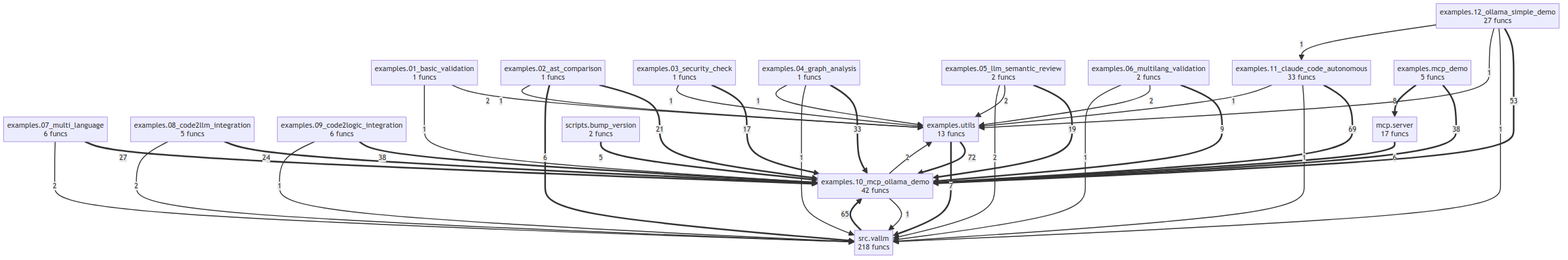
This is project/compact_flow.png from semcod/vallm, a Mermaid export, as it was before one commit. Its source is kept beside it as project/compact_flow.mmd. The source it was exported from:
```mermaid
flowchart TD
    examples__01_basic_validation["examples.01_basic_validation<br/>1 funcs"]
    examples__02_ast_comparison["examples.02_ast_comparison<br/>1 funcs"]
    examples__03_security_check["examples.03_security_check<br/>1 funcs"]
    examples__04_graph_analysis["examples.04_graph_analysis<br/>1 funcs"]
    examples__05_llm_semantic_review["examples.05_llm_semantic_review<br/>2 funcs"]
    examples__06_multilang_validation["examples.06_multilang_validation<br/>2 funcs"]
    examples__07_multi_language["examples.07_multi_language<br/>6 funcs"]
    examples__08_code2llm_integration["examples.08_code2llm_integration<br/>5 funcs"]
    examples__09_code2logic_integration["examples.09_code2logic_integration<br/>6 funcs"]
    examples__10_mcp_ollama_demo["examples.10_mcp_ollama_demo<br/>42 funcs"]
    examples__11_claude_code_autonomous["examples.11_claude_code_autonomous<br/>33 funcs"]
    examples__12_ollama_simple_demo["examples.12_ollama_simple_demo<br/>27 funcs"]
    examples__mcp_demo["examples.mcp_demo<br/>5 funcs"]
    examples__utils["examples.utils<br/>13 funcs"]
    mcp__server["mcp.server<br/>17 funcs"]
    scripts__bump_version["scripts.bump_version<br/>2 funcs"]
    src__vallm["src.vallm<br/>218 funcs"]
    examples__utils ==>|72| examples__10_mcp_ollama_demo
    examples__11_claude_code_autonomous ==>|69| examples__10_mcp_ollama_demo
    src__vallm ==>|65| examples__10_mcp_ollama_demo
    examples__12_ollama_simple_demo ==>|53| examples__10_mcp_ollama_demo
    examples__09_code2logic_integration ==>|38| examples__10_mcp_ollama_demo
    examples__mcp_demo ==>|38| examples__10_mcp_ollama_demo
    examples__04_graph_analysis ==>|33| examples__10_mcp_ollama_demo
    examples__07_multi_language ==>|27| examples__10_mcp_ollama_demo
    examples__08_code2llm_integration ==>|24| examples__10_mcp_ollama_demo
    examples__02_ast_comparison ==>|21| examples__10_mcp_ollama_demo
    examples__05_llm_semantic_review ==>|19| examples__10_mcp_ollama_demo
    examples__03_security_check ==>|17| examples__10_mcp_ollama_demo
    examples__06_multilang_validation ==>|9| examples__10_mcp_ollama_demo
    examples__mcp_demo ==>|8| mcp__server
    examples__utils ==>|7| src__vallm
    examples__02_ast_comparison ==>|6| src__vallm
    mcp__server ==>|6| examples__10_mcp_ollama_demo
    scripts__bump_version ==>|5| examples__10_mcp_ollama_demo
    examples__05_llm_semantic_review -->|2| examples__utils
    examples__05_llm_semantic_review -->|2| src__vallm
    examples__01_basic_validation -->|2| examples__utils
    examples__06_multilang_validation -->|2| examples__utils
    examples__07_multi_language -->|2| src__vallm
    examples__10_mcp_ollama_demo -->|2| examples__utils
    examples__08_code2llm_integration -->|2| src__vallm
    examples__09_code2logic_integration -->|1| src__vallm
    examples__04_graph_analysis -->|1| src__vallm
    examples__04_graph_analysis -->|1| examples__utils
    examples__11_claude_code_autonomous -->|1| src__vallm
    examples__11_claude_code_autonomous -->|1| examples__utils
    examples__12_ollama_simple_demo -->|1| src__vallm
    examples__12_ollama_simple_demo -->|1| examples__utils
    examples__12_ollama_simple_demo -->|1| examples__11_claude_code_autonomous
    examples__01_basic_validation -->|1| examples__10_mcp_ollama_demo
    examples__03_security_check -->|1| examples__utils
    examples__02_ast_comparison -->|1| examples__utils
    examples__06_multilang_validation -->|1| src__vallm
    examples__10_mcp_ollama_demo -->|1| src__vallm
```
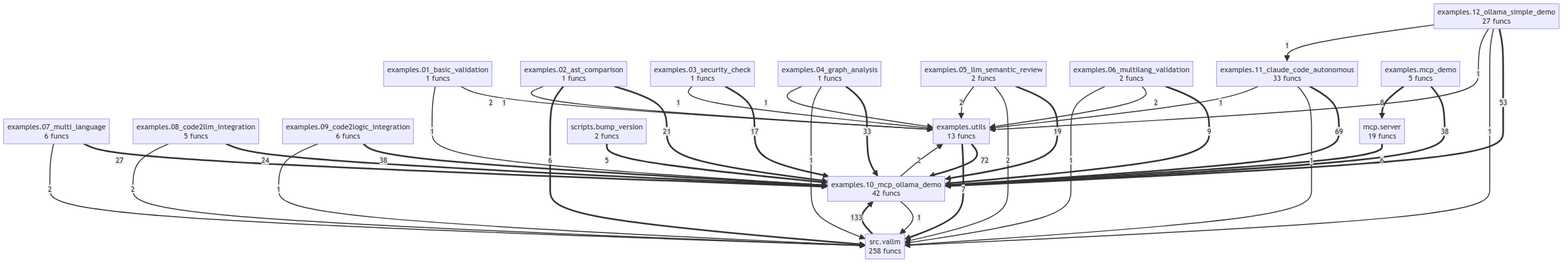
The same file after the commit.

What changed in the source:
```diff
@@ -13,12 +13,12 @@
     examples__12_ollama_simple_demo["examples.12_ollama_simple_demo<br/>27 funcs"]
     examples__mcp_demo["examples.mcp_demo<br/>5 funcs"]
     examples__utils["examples.utils<br/>13 funcs"]
-    mcp__server["mcp.server<br/>17 funcs"]
+    mcp__server["mcp.server<br/>19 funcs"]
     scripts__bump_version["scripts.bump_version<br/>2 funcs"]
-    src__vallm["src.vallm<br/>218 funcs"]
+    src__vallm["src.vallm<br/>258 funcs"]
+    src__vallm ==>|133| examples__10_mcp_ollama_demo
     examples__utils ==>|72| examples__10_mcp_ollama_demo
     examples__11_claude_code_autonomous ==>|69| examples__10_mcp_ollama_demo
-    src__vallm ==>|65| examples__10_mcp_ollama_demo
     examples__12_ollama_simple_demo ==>|53| examples__10_mcp_ollama_demo
     examples__09_code2logic_integration ==>|38| examples__10_mcp_ollama_demo
     examples__mcp_demo ==>|38| examples__10_mcp_ollama_demo
@@ -34,8 +34,8 @@
     examples__02_ast_comparison ==>|6| src__vallm
     mcp__server ==>|6| examples__10_mcp_ollama_demo
     scripts__bump_version ==>|5| examples__10_mcp_ollama_demo
+    examples__05_llm_semantic_review -->|2| src__vallm
     examples__05_llm_semantic_review -->|2| examples__utils
-    examples__05_llm_semantic_review -->|2| src__vallm
     examples__01_basic_validation -->|2| examples__utils
     examples__06_multilang_validation -->|2| examples__utils
     examples__07_multi_language -->|2| src__vallm
@@ -44,13 +44,13 @@
     examples__09_code2logic_integration -->|1| src__vallm
     examples__04_graph_analysis -->|1| src__vallm
     examples__04_graph_analysis -->|1| examples__utils
-    examples__11_claude_code_autonomous -->|1| src__vallm
-    examples__11_claude_code_autonomous -->|1| examples__utils
     examples__12_ollama_simple_demo -->|1| src__vallm
     examples__12_ollama_simple_demo -->|1| examples__utils
     examples__12_ollama_simple_demo -->|1| examples__11_claude_code_autonomous
+    examples__11_claude_code_autonomous -->|1| src__vallm
+    examples__11_claude_code_autonomous -->|1| examples__utils
     examples__01_basic_validation -->|1| examples__10_mcp_ollama_demo
-    examples__03_security_check -->|1| examples__utils
     examples__02_ast_comparison -->|1| examples__utils
     examples__06_multilang_validation -->|1| src__vallm
+    examples__03_security_check -->|1| examples__utils
     examples__10_mcp_ollama_demo -->|1| src__vallm
```
